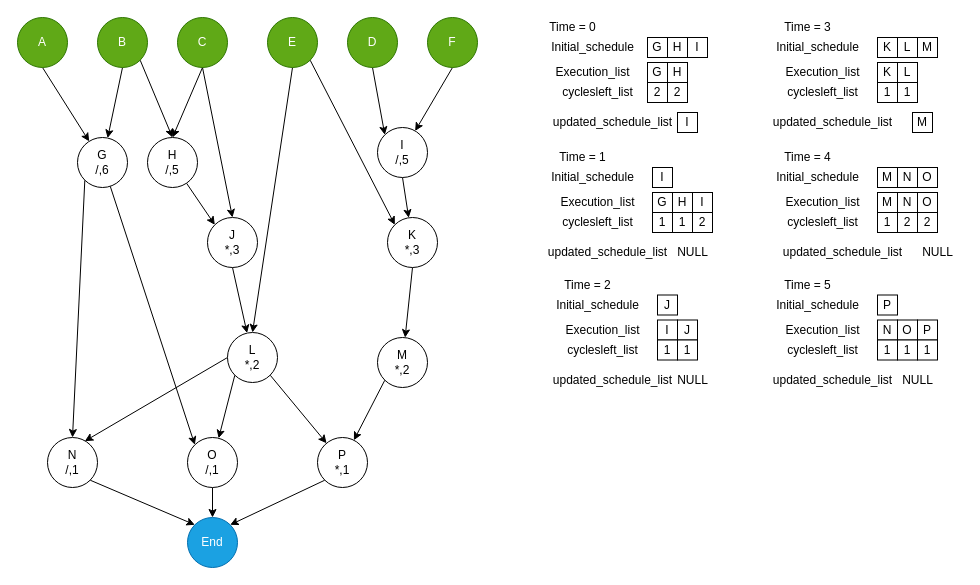
Earlier version of the draw.io diagram page "Scheduler" (2 of 4) of report/drawio/PpT.drawio (28aashish/FSS). Source tidied: cells renumbered, new cells numbered last; positions are measured from the earlier drawing's top-left corner, leaving out a move shared by most shapes. Both pictures are drawn from the tidied source at 100%, with x=0, y=0 at pixel (17, 17).
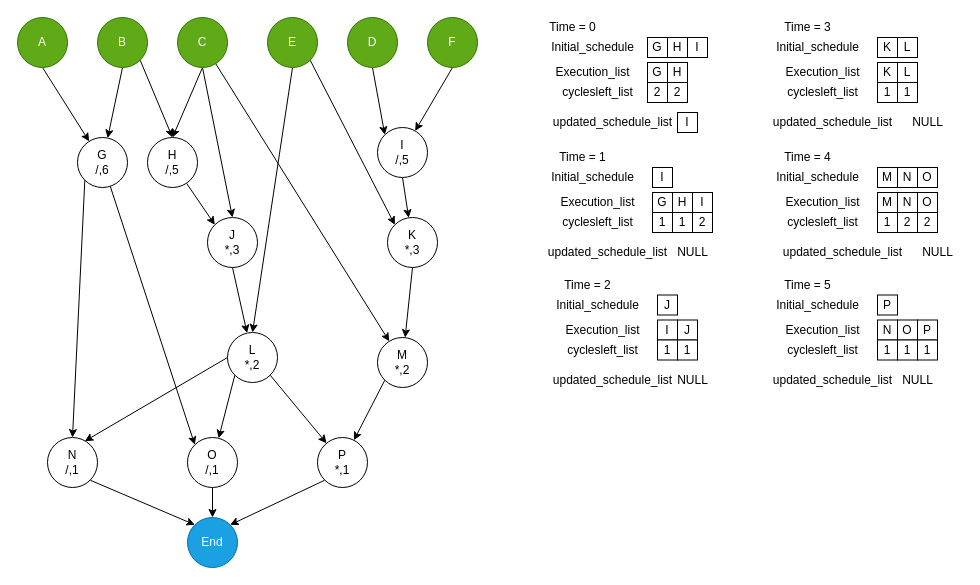
After the change.

The change refers to these unchanged cells:
```xml
<mxCell id="9" value="C" style="ellipse;whiteSpace=wrap;html=1;strokeColor=#2D7600;strokeWidth=1;fillColor=#60a917;fontColor=#ffffff;" parent="1" vertex="1">
  <mxGeometry x="160" width="50" height="50" as="geometry" />
</mxCell>
<mxCell id="39" value="M&lt;br&gt;*,2" style="ellipse;whiteSpace=wrap;html=1;strokeWidth=1;" parent="1" vertex="1">
  <mxGeometry x="360" y="320" width="50" height="50" as="geometry" />
</mxCell>
```

What changed in the source:
```diff
@@
+    <mxCell id="119" style="edgeStyle=none;rounded=0;jettySize=auto;html=1;" parent="1" edge="1" source="9" target="39">
+      <mxGeometry relative="1" as="geometry" />
+    </mxCell>
@@
-    <mxCell id="85" value="M" style="whiteSpace=wrap;html=1;strokeColor=#000000;strokeWidth=1;fillColor=default;fontStyle=0;" parent="1" vertex="1">
-      <mxGeometry x="900" y="20" width="20" height="20" as="geometry" />
-    </mxCell>
-    <mxCell id="86" value="M" style="whiteSpace=wrap;html=1;strokeColor=#000000;strokeWidth=1;fillColor=default;fontStyle=0;" parent="1" vertex="1">
-      <mxGeometry x="895" y="95" width="20" height="20" as="geometry" />
-    </mxCell>
@@
+    <mxCell id="120" value="NULL" style="text;html=1;align=center;verticalAlign=middle;strokeColor=none;fillColor=none;" parent="1" vertex="1">
+      <mxGeometry x="885" y="95" width="50" height="20" as="geometry" />
+    </mxCell>
```
